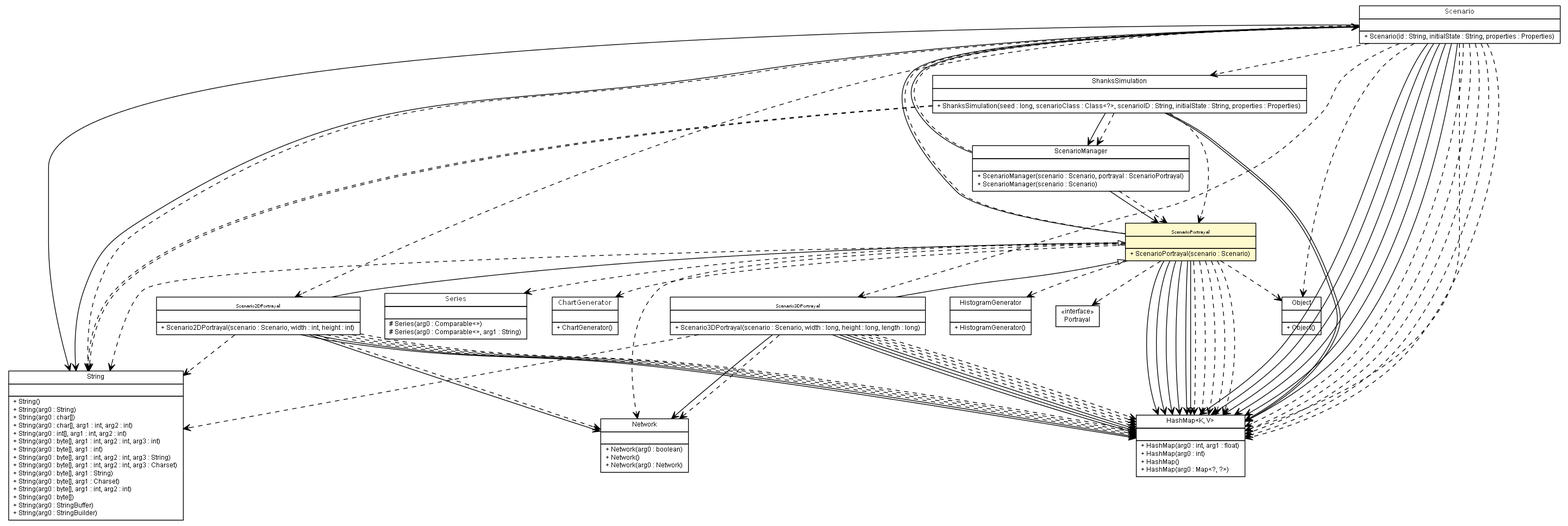
This is apidocs/es/upm/dit/gsi/shanks/model/scenario/portrayal/ScenarioPortrayal.png from gsi-upm/Shanks, a Graphviz export, as it was before one commit. Its source is kept beside it as apidocs/es/upm/dit/gsi/shanks/model/scenario/portrayal/ScenarioPortrayal.dot.
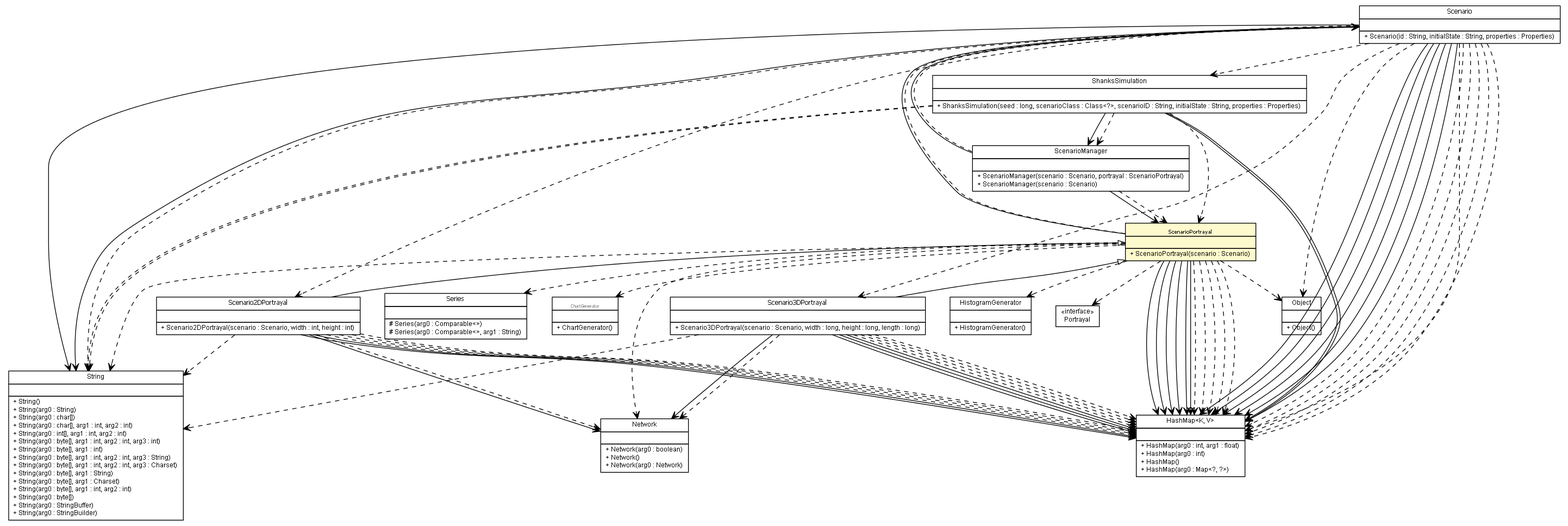
After the change.

Change to the diagram source:
```diff
@@ -100,47 +100,47 @@
 	c7008:p -> c7000:p [taillabel="", label="", headlabel="", fontname="arial", fontcolor="black", fontsize=10.0, color="black", arrowhead=open];
 	c7008:p -> c7010:p [taillabel="", label="", headlabel="", fontname="arial", fontcolor="black", fontsize=10.0, color="black", arrowhead=open];
 	c7008:p -> c7010:p [taillabel="", label="", headlabel="", fontname="arial", fontcolor="black", fontsize=10.0, color="black", arrowhead=open];
-	c6983:p -> c6993:p [taillabel="", label="", headlabel="", fontname="arial", fontcolor="black", fontsize=10.0, color="black", arrowhead=open, style=dashed];
-	c6983:p -> c7010:p [taillabel="", label="", headlabel="", fontname="arial", fontcolor="black", fontsize=10.0, color="black", arrowhead=open, style=dashed];
-	c6983:p -> c6992:p [taillabel="", label="", headlabel="", fontname="arial", fontcolor="black", fontsize=10.0, color="black", arrowhead=open, style=dashed];
 	c6983:p -> c7009:p [taillabel="", label="", headlabel="", fontname="arial", fontcolor="black", fontsize=10.0, color="black", arrowhead=open, style=dashed];
 	c6983:p -> c7010:p [taillabel="", label="", headlabel="", fontname="arial", fontcolor="black", fontsize=10.0, color="black", arrowhead=open, style=dashed];
 	c6983:p -> c7010:p [taillabel="", label="", headlabel="", fontname="arial", fontcolor="black", fontsize=10.0, color="black", arrowhead=open, style=dashed];
+	c6983:p -> c7010:p [taillabel="", label="", headlabel="", fontname="arial", fontcolor="black", fontsize=10.0, color="black", arrowhead=open, style=dashed];
+	c6983:p -> c6992:p [taillabel="", label="", headlabel="", fontname="arial", fontcolor="black", fontsize=10.0, color="black", arrowhead=open, style=dashed];
+	c6983:p -> c7012:p [taillabel="", label="", headlabel="", fontname="arial", fontcolor="black", fontsize=10.0, color="black", arrowhead=open, style=dashed];
+	c6983:p -> c7010:p [taillabel="", label="", headlabel="", fontname="arial", fontcolor="black", fontsize=10.0, color="black", arrowhead=open, style=dashed];
+	c6983:p -> c6993:p [taillabel="", label="", headlabel="", fontname="arial", fontcolor="black", fontsize=10.0, color="black", arrowhead=open, style=dashed];
+	c6983:p -> c7010:p [taillabel="", label="", headlabel="", fontname="arial", fontcolor="black", fontsize=10.0, color="black", arrowhead=open, style=dashed];
 	c6983:p -> c7008:p [taillabel="", label="", headlabel="", fontname="arial", fontcolor="black", fontsize=10.0, color="black", arrowhead=open, style=dashed];
 	c6983:p -> c7010:p [taillabel="", label="", headlabel="", fontname="arial", fontcolor="black", fontsize=10.0, color="black", arrowhead=open, style=dashed];
-	c6983:p -> c7012:p [taillabel="", label="", headlabel="", fontname="arial", fontcolor="black", fontsize=10.0, color="black", arrowhead=open, style=dashed];
-	c6983:p -> c7010:p [taillabel="", label="", headlabel="", fontname="arial", fontcolor="black", fontsize=10.0, color="black", arrowhead=open, style=dashed];
-	c6983:p -> c7010:p [taillabel="", label="", headlabel="", fontname="arial", fontcolor="black", fontsize=10.0, color="black", arrowhead=open, style=dashed];
+	c6991:p -> c7009:p [taillabel="", label="", headlabel="", fontname="arial", fontcolor="black", fontsize=10.0, color="black", arrowhead=open, style=dashed];
 	c6991:p -> c7013:p [taillabel="", label="", headlabel="", fontname="arial", fontcolor="black", fontsize=10.0, color="black", arrowhead=open, style=dashed];
+	c6991:p -> c6983:p [taillabel="", label="", headlabel="", fontname="arial", fontcolor="black", fontsize=10.0, color="black", arrowhead=open, style=dashed];
+	c6991:p -> c7010:p [taillabel="", label="", headlabel="", fontname="arial", fontcolor="black", fontsize=10.0, color="black", arrowhead=open, style=dashed];
 	c6991:p -> c7011:p [taillabel="", label="", headlabel="", fontname="arial", fontcolor="black", fontsize=10.0, color="black", arrowhead=open, style=dashed];
 	c6991:p -> c7014:p [taillabel="", label="", headlabel="", fontname="arial", fontcolor="black", fontsize=10.0, color="black", arrowhead=open, style=dashed];
-	c6991:p -> c7010:p [taillabel="", label="", headlabel="", fontname="arial", fontcolor="black", fontsize=10.0, color="black", arrowhead=open, style=dashed];
 	c6991:p -> c7015:p [taillabel="", label="", headlabel="", fontname="arial", fontcolor="black", fontsize=10.0, color="black", arrowhead=open, style=dashed];
-	c6991:p -> c7009:p [taillabel="", label="", headlabel="", fontname="arial", fontcolor="black", fontsize=10.0, color="black", arrowhead=open, style=dashed];
-	c6991:p -> c6983:p [taillabel="", label="", headlabel="", fontname="arial", fontcolor="black", fontsize=10.0, color="black", arrowhead=open, style=dashed];
-	c6991:p -> c7010:p [taillabel="", label="", headlabel="", fontname="arial", fontcolor="black", fontsize=10.0, color="black", arrowhead=open, style=dashed];
-	c6991:p -> c7010:p [taillabel="", label="", headlabel="", fontname="arial", fontcolor="black", fontsize=10.0, color="black", arrowhead=open, style=dashed];
 	c6991:p -> c7012:p [taillabel="", label="", headlabel="", fontname="arial", fontcolor="black", fontsize=10.0, color="black", arrowhead=open, style=dashed];
 	c6991:p -> c7010:p [taillabel="", label="", headlabel="", fontname="arial", fontcolor="black", fontsize=10.0, color="black", arrowhead=open, style=dashed];
 	c6991:p -> c7010:p [taillabel="", label="", headlabel="", fontname="arial", fontcolor="black", fontsize=10.0, color="black", arrowhead=open, style=dashed];
+	c6991:p -> c7010:p [taillabel="", label="", headlabel="", fontname="arial", fontcolor="black", fontsize=10.0, color="black", arrowhead=open, style=dashed];
 	c6991:p -> c7016:p [taillabel="", label="", headlabel="", fontname="arial", fontcolor="black", fontsize=10.0, color="black", arrowhead=open, style=dashed];
+	c6991:p -> c7010:p [taillabel="", label="", headlabel="", fontname="arial", fontcolor="black", fontsize=10.0, color="black", arrowhead=open, style=dashed];
+	c6992:p -> c7009:p [taillabel="", label="", headlabel="", fontname="arial", fontcolor="black", fontsize=10.0, color="black", arrowhead=open, style=dashed];
+	c6992:p -> c7010:p [taillabel="", label="", headlabel="", fontname="arial", fontcolor="black", fontsize=10.0, color="black", arrowhead=open, style=dashed];
+	c6992:p -> c7010:p [taillabel="", label="", headlabel="", fontname="arial", fontcolor="black", fontsize=10.0, color="black", arrowhead=open, style=dashed];
 	c6992:p -> c7011:p [taillabel="", label="", headlabel="", fontname="arial", fontcolor="black", fontsize=10.0, color="black", arrowhead=open, style=dashed];
 	c6992:p -> c7010:p [taillabel="", label="", headlabel="", fontname="arial", fontcolor="black", fontsize=10.0, color="black", arrowhead=open, style=dashed];
 	c6992:p -> c7010:p [taillabel="", label="", headlabel="", fontname="arial", fontcolor="black", fontsize=10.0, color="black", arrowhead=open, style=dashed];
-	c6992:p -> c7010:p [taillabel="", label="", headlabel="", fontname="arial", fontcolor="black", fontsize=10.0, color="black", arrowhead=open, style=dashed];
-	c6992:p -> c7010:p [taillabel="", label="", headlabel="", fontname="arial", fontcolor="black", fontsize=10.0, color="black", arrowhead=open, style=dashed];
-	c6992:p -> c7009:p [taillabel="", label="", headlabel="", fontname="arial", fontcolor="black", fontsize=10.0, color="black", arrowhead=open, style=dashed];
+	c6993:p -> c7010:p [taillabel="", label="", headlabel="", fontname="arial", fontcolor="black", fontsize=10.0, color="black", arrowhead=open, style=dashed];
+	c6993:p -> c7010:p [taillabel="", label="", headlabel="", fontname="arial", fontcolor="black", fontsize=10.0, color="black", arrowhead=open, style=dashed];
+	c6993:p -> c7009:p [taillabel="", label="", headlabel="", fontname="arial", fontcolor="black", fontsize=10.0, color="black", arrowhead=open, style=dashed];
 	c6993:p -> c7011:p [taillabel="", label="", headlabel="", fontname="arial", fontcolor="black", fontsize=10.0, color="black", arrowhead=open, style=dashed];
 	c6993:p -> c7010:p [taillabel="", label="", headlabel="", fontname="arial", fontcolor="black", fontsize=10.0, color="black", arrowhead=open, style=dashed];
 	c6993:p -> c7010:p [taillabel="", label="", headlabel="", fontname="arial", fontcolor="black", fontsize=10.0, color="black", arrowhead=open, style=dashed];
-	c6993:p -> c7010:p [taillabel="", label="", headlabel="", fontname="arial", fontcolor="black", fontsize=10.0, color="black", arrowhead=open, style=dashed];
-	c6993:p -> c7009:p [taillabel="", label="", headlabel="", fontname="arial", fontcolor="black", fontsize=10.0, color="black", arrowhead=open, style=dashed];
-	c6993:p -> c7010:p [taillabel="", label="", headlabel="", fontname="arial", fontcolor="black", fontsize=10.0, color="black", arrowhead=open, style=dashed];
+	c7000:p -> c6991:p [taillabel="", label="", headlabel="", fontname="arial", fontcolor="black", fontsize=10.0, color="black", arrowhead=open, style=dashed];
 	c7000:p -> c6983:p [taillabel="", label="", headlabel="", fontname="arial", fontcolor="black", fontsize=10.0, color="black", arrowhead=open, style=dashed];
-	c7000:p -> c6991:p [taillabel="", label="", headlabel="", fontname="arial", fontcolor="black", fontsize=10.0, color="black", arrowhead=open, style=dashed];
+	c7008:p -> c7009:p [taillabel="", label="", headlabel="", fontname="arial", fontcolor="black", fontsize=10.0, color="black", arrowhead=open, style=dashed];
+	c7008:p -> c6991:p [taillabel="", label="", headlabel="", fontname="arial", fontcolor="black", fontsize=10.0, color="black", arrowhead=open, style=dashed];
 	c7008:p -> c7000:p [taillabel="", label="", headlabel="", fontname="arial", fontcolor="black", fontsize=10.0, color="black", arrowhead=open, style=dashed];
-	c7008:p -> c6991:p [taillabel="", label="", headlabel="", fontname="arial", fontcolor="black", fontsize=10.0, color="black", arrowhead=open, style=dashed];
-	c7008:p -> c7009:p [taillabel="", label="", headlabel="", fontname="arial", fontcolor="black", fontsize=10.0, color="black", arrowhead=open, style=dashed];
 	c7008:p -> c7009:p [taillabel="", label="", headlabel="", fontname="arial", fontcolor="black", fontsize=10.0, color="black", arrowhead=open, style=dashed];
 	c7012 [label=<<table title="java.lang.Object" border="0" cellborder="1" cellspacing="0" cellpadding="2" port="p" href="http://java.sun.com/j2se/1.4.2/docs/api/java/lang/Object.html">
 		<tr><td><table border="0" cellspacing="0" cellpadding="1">
```
